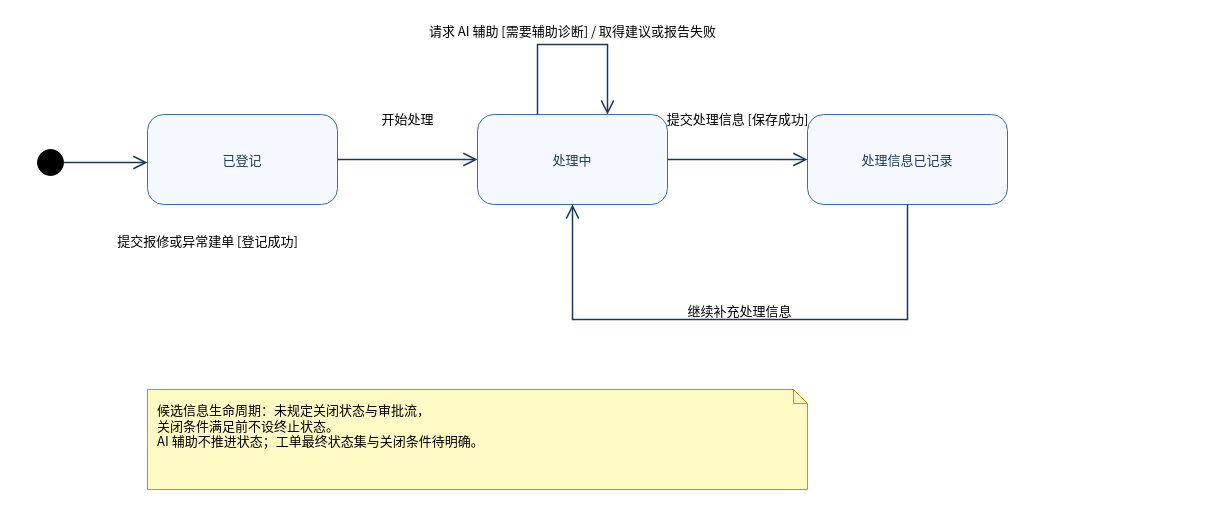
Earlier version of the draw.io diagram docs/models/state-ticket.drawio (Uncookedboots456/labDevices). Source tidied: cells renumbered, new cells numbered last; positions are measured from the earlier drawing's top-left corner, leaving out a move shared by most shapes. Both pictures are drawn from the tidied source at 100%, with x=0, y=0 at pixel (37, 19).
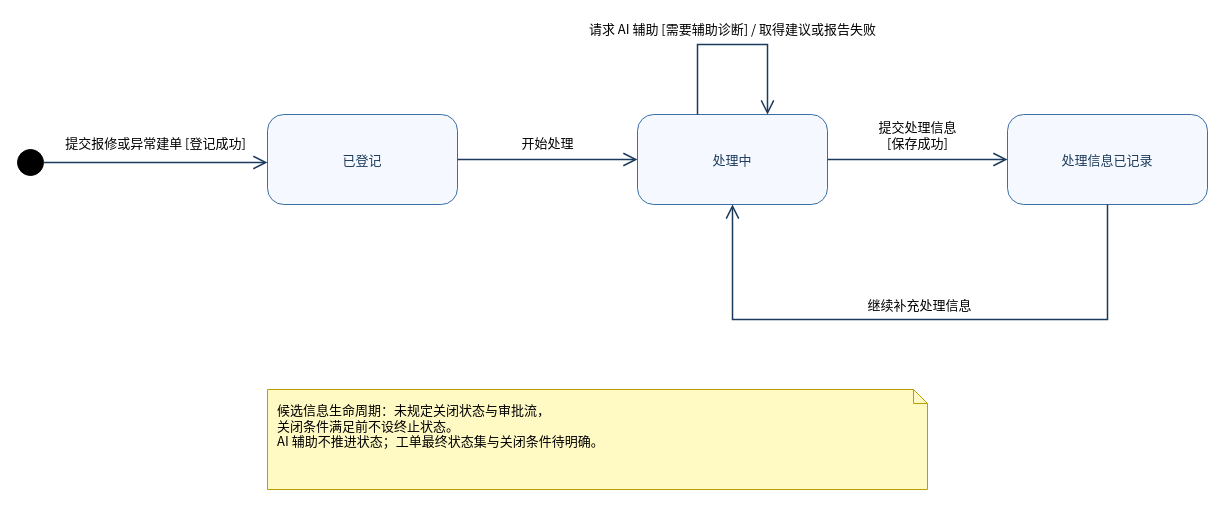
The same diagram, later.

Diff of the diagram source:
```diff
@@
     <mxCell id="2" style="ellipse;html=1;fillColor=#000000;strokeColor=#000000;" parent="1" vertex="1">
-      <mxGeometry y="130" width="26" height="26" as="geometry" />
+      <mxGeometry x="-20" y="130" width="26" height="26" as="geometry" />
     </mxCell>
     <mxCell id="3" value="已登记" style="rounded=1;arcSize=18;whiteSpace=wrap;html=1;fillColor=#F5F9FF;strokeColor=#3A6EA5;fontColor=#1B3A5C;fontFamily=Noto Sans CJK SC;fontSize=13;" parent="1" vertex="1">
-      <mxGeometry x="110" y="95" width="190" height="90" as="geometry" />
+      <mxGeometry x="230" y="95" width="190" height="90" as="geometry" />
     </mxCell>
     <mxCell id="4" value="处理中" style="rounded=1;arcSize=18;whiteSpace=wrap;html=1;fillColor=#F5F9FF;strokeColor=#3A6EA5;fontColor=#1B3A5C;fontFamily=Noto Sans CJK SC;fontSize=13;" parent="1" vertex="1">
-      <mxGeometry x="440" y="95" width="190" height="90" as="geometry" />
+      <mxGeometry x="600" y="95" width="190" height="90" as="geometry" />
     </mxCell>
     <mxCell id="5" value="处理信息已记录" style="rounded=1;arcSize=18;whiteSpace=wrap;html=1;fillColor=#F5F9FF;strokeColor=#3A6EA5;fontColor=#1B3A5C;fontFamily=Noto Sans CJK SC;fontSize=13;" parent="1" vertex="1">
-      <mxGeometry x="770" y="95" width="200" height="90" as="geometry" />
+      <mxGeometry x="970" y="95" width="200" height="90" as="geometry" />
     </mxCell>
@@
     <mxCell id="7" value="提交报修或异常建单 [登记成功]" style="text;html=1;align=center;verticalAlign=middle;labelBackgroundColor=#FFFFFF;fontFamily=Noto Sans CJK SC;fontSize=13;" parent="1" vertex="1">
-      <mxGeometry x="20" y="210" width="300" height="22" as="geometry" />
+      <mxGeometry x="8" y="112" width="220" height="22" as="geometry" />
     </mxCell>
@@
     <mxCell id="9" value="开始处理" style="text;html=1;align=center;verticalAlign=middle;labelBackgroundColor=#FFFFFF;fontFamily=Noto Sans CJK SC;fontSize=13;" parent="1" vertex="1">
-      <mxGeometry x="290" y="88" width="160" height="22" as="geometry" />
+      <mxGeometry x="430" y="112" width="160" height="22" as="geometry" />
     </mxCell>
@@
-    <mxCell id="11" value="提交处理信息 [保存成功]" style="text;html=1;align=center;verticalAlign=middle;labelBackgroundColor=#FFFFFF;fontFamily=Noto Sans CJK SC;fontSize=13;" parent="1" vertex="1">
-      <mxGeometry x="570" y="88" width="260" height="22" as="geometry" />
+    <mxCell id="11" value="提交处理信息&#10;[保存成功]" style="text;html=1;align=center;verticalAlign=middle;labelBackgroundColor=#FFFFFF;fontFamily=Noto Sans CJK SC;fontSize=13;" parent="1" vertex="1">
+      <mxGeometry x="795" y="94" width="170" height="42" as="geometry" />
     </mxCell>
     <mxCell id="12" style="endArrow=open;endSize=11;html=1;rounded=0;strokeColor=#1B3A5C;strokeWidth=1.5;fontFamily=Noto Sans CJK SC;fontSize=13;exitX=0.5;exitY=1;exitDx=0;exitDy=0;exitPerimeter=0;entryX=0.5;entryY=1;entryDx=0;entryDy=0;entryPerimeter=0;" parent="1" edge="1" source="5" target="4">
       <mxGeometry relative="1" as="geometry">
         <Array as="points">
-          <mxPoint x="870" y="300" />
-          <mxPoint x="535" y="300" />
+          <mxPoint x="1070" y="300" />
+          <mxPoint x="695" y="300" />
         </Array>
       </mxGeometry>
     </mxCell>
     <mxCell id="13" value="继续补充处理信息" style="text;html=1;align=center;verticalAlign=middle;labelBackgroundColor=#FFFFFF;fontFamily=Noto Sans CJK SC;fontSize=13;" parent="1" vertex="1">
-      <mxGeometry x="602" y="280" width="200" height="22" as="geometry" />
+      <mxGeometry x="782" y="274" width="200" height="22" as="geometry" />
     </mxCell>
     <mxCell id="14" style="endArrow=open;endSize=11;html=1;rounded=0;strokeColor=#1B3A5C;strokeWidth=1.5;fontFamily=Noto Sans CJK SC;fontSize=13;exitX=0.3158;exitY=0;exitDx=0;exitDy=0;exitPerimeter=0;entryX=0.6842;entryY=0;entryDx=0;entryDy=0;entryPerimeter=0;" parent="1" edge="1" source="4" target="4">
       <mxGeometry relative="1" as="geometry">
         <Array as="points">
-          <mxPoint x="500" y="25" />
-          <mxPoint x="570" y="25" />
+          <mxPoint x="660" y="25" />
+          <mxPoint x="730" y="25" />
         </Array>
       </mxGeometry>
     </mxCell>
     <mxCell id="15" value="请求 AI 辅助 [需要辅助诊断] / 取得建议或报告失败" style="text;html=1;align=center;verticalAlign=middle;labelBackgroundColor=#FFFFFF;fontFamily=Noto Sans CJK SC;fontSize=13;" parent="1" vertex="1">
-      <mxGeometry x="355" width="360" height="22" as="geometry" />
+      <mxGeometry x="505" y="-2" width="380" height="22" as="geometry" />
     </mxCell>
     <mxCell id="16" value="候选信息生命周期：未规定关闭状态与审批流，&#10;关闭条件满足前不设终止状态。&#10;AI 辅助不推进状态；工单最终状态集与关闭条件待明确。" style="shape=note;whiteSpace=wrap;html=1;size=14;align=left;verticalAlign=top;spacingLeft=8;spacingTop=6;fillColor=#FFF9C4;strokeColor=#B8A000;fontFamily=Noto Sans CJK SC;fontSize=13;" parent="1" vertex="1">
-      <mxGeometry x="110" y="370" width="660" height="100" as="geometry" />
+      <mxGeometry x="230" y="370" width="660" height="100" as="geometry" />
     </mxCell>
```
